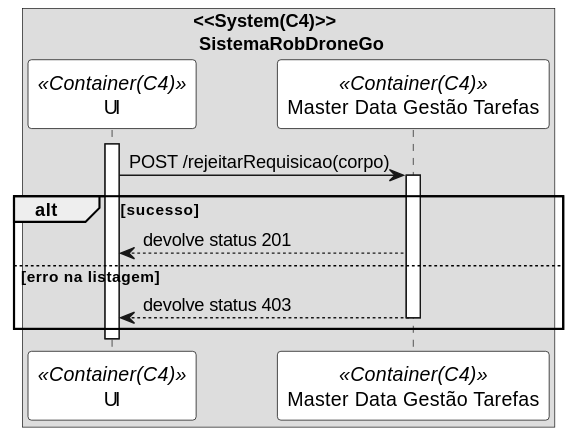
Above: docs/use_cases/Sprint C/UC470/vp2b.svg in SlimJesus25/SEM5_PI (PlantUML), before the change. The source it was exported from:
```plantuml
@startuml getPackagingSD

skinparam sequence {
ParticipantBorderColor black
ParticipantBackgroundColor white
}

box "<<System(C4)>>\n SistemaRobDroneGo"
participant UI as ui <<Container(C4)>>
participant "Master Data Gestão Tarefas" as mdgt <<Container(C4)>>
activate ui
ui -> mdgt: POST /rejeitarRequisicao(corpo)
activate mdgt
alt sucesso
mdgt --> ui: devolve status 201
else erro na listagem
mdgt --> ui: devolve status 403
deactivate mdgt
end
deactivate ui

end box

@enduml
```
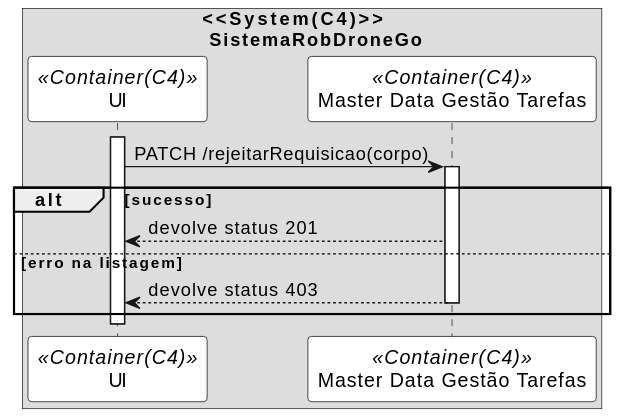
Above is the later version.

Change to the diagram source:
```diff
@@ -9,7 +9,7 @@
 participant UI as ui <<Container(C4)>>
 participant "Master Data Gestão Tarefas" as mdgt <<Container(C4)>>
 activate ui
-ui -> mdgt: POST /rejeitarRequisicao(corpo)
+ui -> mdgt: PATCH /rejeitarRequisicao(corpo)
 activate mdgt
 alt sucesso
 mdgt --> ui: devolve status 201
```
